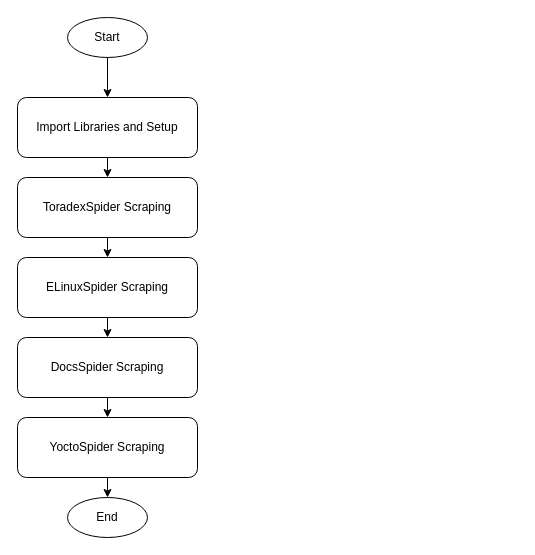
The draw.io diagram doc/webscraping.drawio in GabrielHAFs/elrond-dataset, before the edit. Source tidied: cells renumbered, new cells numbered last; positions are measured from the earlier drawing's top-left corner, leaving out a move shared by most shapes. Both pictures are drawn from the tidied source at 100%, with x=0, y=0 at pixel (17, 17).
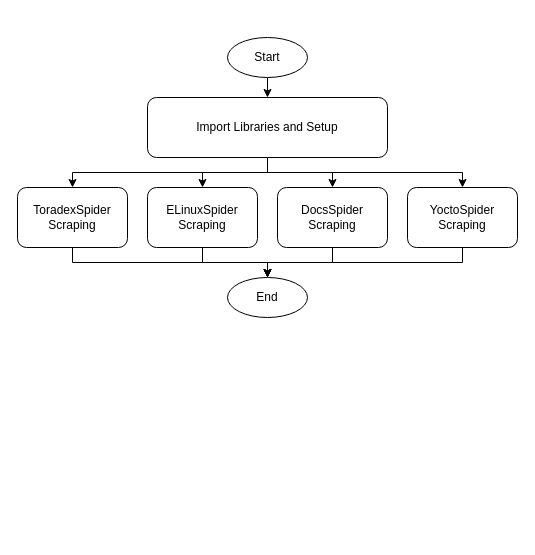
Above is the later version.

Diff of the diagram source:
```diff
@@
 <mxGraphModel>
   <root>
     <mxCell id="0" />
     <mxCell id="1" parent="0" />
     <mxCell id="2" value="Start" style="ellipse;whiteSpace=wrap;html=1;" parent="1" vertex="1">
-      <mxGeometry x="50" width="80" height="40" as="geometry" />
+      <mxGeometry x="210" y="20" width="80" height="40" as="geometry" />
     </mxCell>
+    <mxCell id="10" style="edgeStyle=elbowEdgeStyle;rounded=0;jettySize=auto;html=1;elbow=vertical;" parent="1" edge="1" source="3" target="4">
+      <mxGeometry relative="1" as="geometry" />
+    </mxCell>
+    <mxCell id="15" style="edgeStyle=elbowEdgeStyle;rounded=0;jettySize=auto;html=1;entryX=0.5;entryY=0;entryDx=0;entryDy=0;elbow=vertical;" parent="1" edge="1" source="3" target="5">
+      <mxGeometry relative="1" as="geometry" />
+    </mxCell>
+    <mxCell id="16" style="edgeStyle=elbowEdgeStyle;rounded=0;jettySize=auto;html=1;entryX=0.5;entryY=0;entryDx=0;entryDy=0;elbow=vertical;" parent="1" edge="1" source="3" target="6">
+      <mxGeometry relative="1" as="geometry" />
+    </mxCell>
+    <mxCell id="17" style="edgeStyle=elbowEdgeStyle;rounded=0;jettySize=auto;html=1;entryX=0.5;entryY=0;entryDx=0;entryDy=0;elbow=vertical;" parent="1" edge="1" source="3" target="7">
+      <mxGeometry relative="1" as="geometry" />
+    </mxCell>
     <mxCell id="3" value="Import Libraries and Setup" style="rounded=1;whiteSpace=wrap;html=1;" parent="1" vertex="1">
-      <mxGeometry y="80" width="180" height="60" as="geometry" />
+      <mxGeometry x="130" y="80" width="240" height="60" as="geometry" />
     </mxCell>
+    <mxCell id="18" style="edgeStyle=elbowEdgeStyle;rounded=0;jettySize=auto;html=1;entryX=0.5;entryY=0;entryDx=0;entryDy=0;elbow=vertical;" parent="1" edge="1" source="4" target="8">
+      <mxGeometry relative="1" as="geometry" />
+    </mxCell>
     <mxCell id="4" value="ToradexSpider Scraping" style="rounded=1;whiteSpace=wrap;html=1;" parent="1" vertex="1">
-      <mxGeometry y="160" width="180" height="60" as="geometry" />
+      <mxGeometry y="170" width="110" height="60" as="geometry" />
     </mxCell>
+    <mxCell id="19" style="edgeStyle=elbowEdgeStyle;rounded=0;jettySize=auto;html=1;entryX=0.5;entryY=0;entryDx=0;entryDy=0;elbow=vertical;" parent="1" edge="1" source="5" target="8">
+      <mxGeometry relative="1" as="geometry" />
+    </mxCell>
     <mxCell id="5" value="ELinuxSpider Scraping" style="rounded=1;whiteSpace=wrap;html=1;" parent="1" vertex="1">
-      <mxGeometry y="240" width="180" height="60" as="geometry" />
+      <mxGeometry x="130" y="170" width="110" height="60" as="geometry" />
     </mxCell>
+    <mxCell id="20" style="edgeStyle=elbowEdgeStyle;rounded=0;jettySize=auto;html=1;elbow=vertical;" parent="1" edge="1" source="6" target="8">
+      <mxGeometry relative="1" as="geometry" />
+    </mxCell>
     <mxCell id="6" value="DocsSpider Scraping" style="rounded=1;whiteSpace=wrap;html=1;" parent="1" vertex="1">
-      <mxGeometry y="320" width="180" height="60" as="geometry" />
+      <mxGeometry x="260" y="170" width="110" height="60" as="geometry" />
     </mxCell>
+    <mxCell id="14" style="edgeStyle=elbowEdgeStyle;rounded=0;jettySize=auto;html=1;elbow=vertical;" parent="1" edge="1" source="7" target="8">
+      <mxGeometry relative="1" as="geometry" />
+    </mxCell>
     <mxCell id="7" value="YoctoSpider Scraping" style="rounded=1;whiteSpace=wrap;html=1;" parent="1" vertex="1">
-      <mxGeometry y="400" width="180" height="60" as="geometry" />
+      <mxGeometry x="390" y="170" width="110" height="60" as="geometry" />
     </mxCell>
     <mxCell id="8" value="End" style="ellipse;whiteSpace=wrap;html=1;" parent="1" vertex="1">
-      <mxGeometry x="50" y="480" width="80" height="40" as="geometry" />
+      <mxGeometry x="210" y="260" width="80" height="40" as="geometry" />
     </mxCell>
     <mxCell id="9" style="edgeStyle=orthogonalEdgeStyle;rounded=0;jettySize=auto;html=1;exitX=0.5;exitY=1;exitDx=0;exitDy=0;entryX=0.5;entryY=0;entryDx=0;entryDy=0;" parent="1" edge="1" source="2" target="3">
       <mxGeometry relative="1" as="geometry" />
     </mxCell>
-    <mxCell id="10" style="edgeStyle=orthogonalEdgeStyle;rounded=0;jettySize=auto;html=1;exitX=0.5;exitY=1;exitDx=0;exitDy=0;entryX=0.5;entryY=0;entryDx=0;entryDy=0;" parent="1" edge="1" source="3" target="4">
-      <mxGeometry relative="1" as="geometry" />
-    </mxCell>
-    <mxCell id="11" style="edgeStyle=orthogonalEdgeStyle;rounded=0;jettySize=auto;html=1;exitX=0.5;exitY=1;exitDx=0;exitDy=0;entryX=0.5;entryY=0;entryDx=0;entryDy=0;" parent="1" edge="1" source="4" target="5">
-      <mxGeometry relative="1" as="geometry" />
-    </mxCell>
-    <mxCell id="12" style="edgeStyle=orthogonalEdgeStyle;rounded=0;jettySize=auto;html=1;exitX=0.5;exitY=1;exitDx=0;exitDy=0;entryX=0.5;entryY=0;entryDx=0;entryDy=0;" parent="1" edge="1" source="5" target="6">
-      <mxGeometry relative="1" as="geometry" />
-    </mxCell>
-    <mxCell id="13" style="edgeStyle=orthogonalEdgeStyle;rounded=0;jettySize=auto;html=1;exitX=0.5;exitY=1;exitDx=0;exitDy=0;entryX=0.5;entryY=0;entryDx=0;entryDy=0;" parent="1" edge="1" source="6" target="7">
-      <mxGeometry relative="1" as="geometry" />
-    </mxCell>
-    <mxCell id="14" style="edgeStyle=orthogonalEdgeStyle;rounded=0;jettySize=auto;html=1;exitX=0.5;exitY=1;exitDx=0;exitDy=0;entryX=0.5;entryY=0;entryDx=0;entryDy=0;" parent="1" edge="1" source="7" target="8">
-      <mxGeometry relative="1" as="geometry" />
-    </mxCell>
   </root>
 </mxGraphModel>
```
